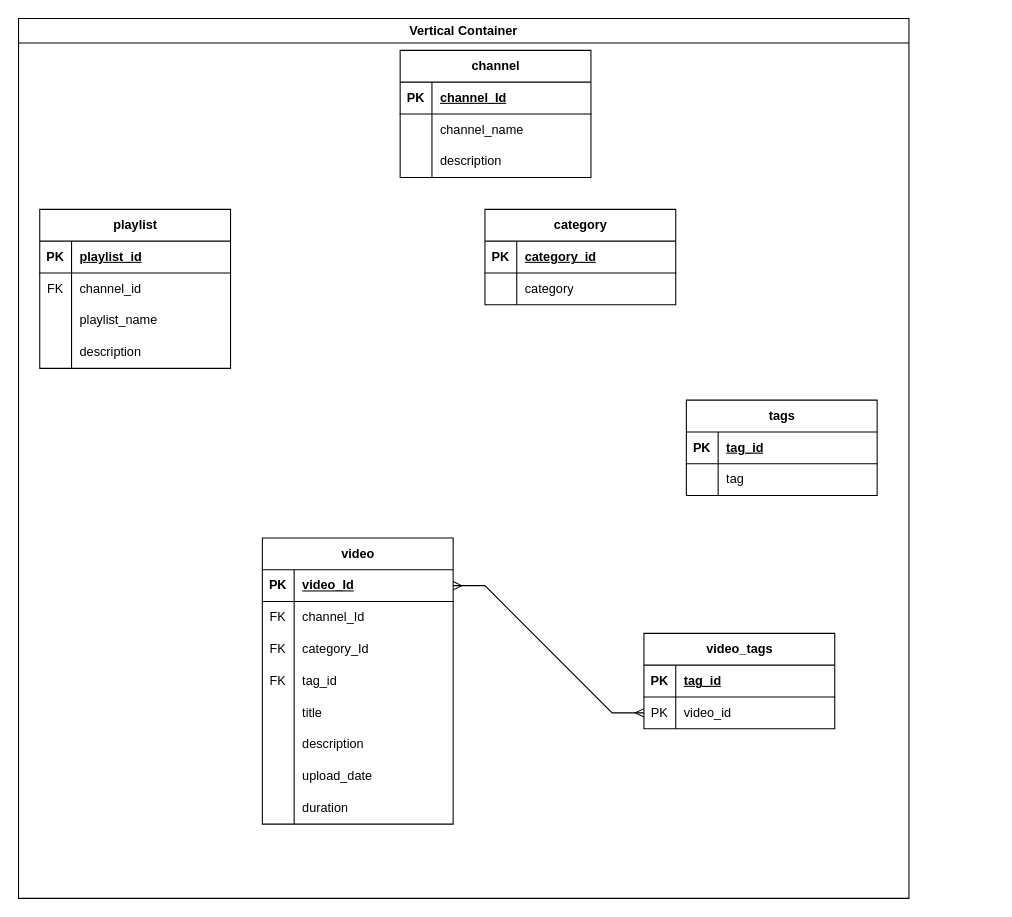
Above: youtube_content_management.drawio in HariHaraChandar0715/Data_Warehouse_Learnings (draw.io), before the change. Source tidied: cells renumbered, new cells numbered last; positions are measured from the earlier drawing's top-left corner, leaving out a move shared by most shapes. Both pictures are drawn from the tidied source at 106%, with x=0, y=0 at pixel (18, 18).
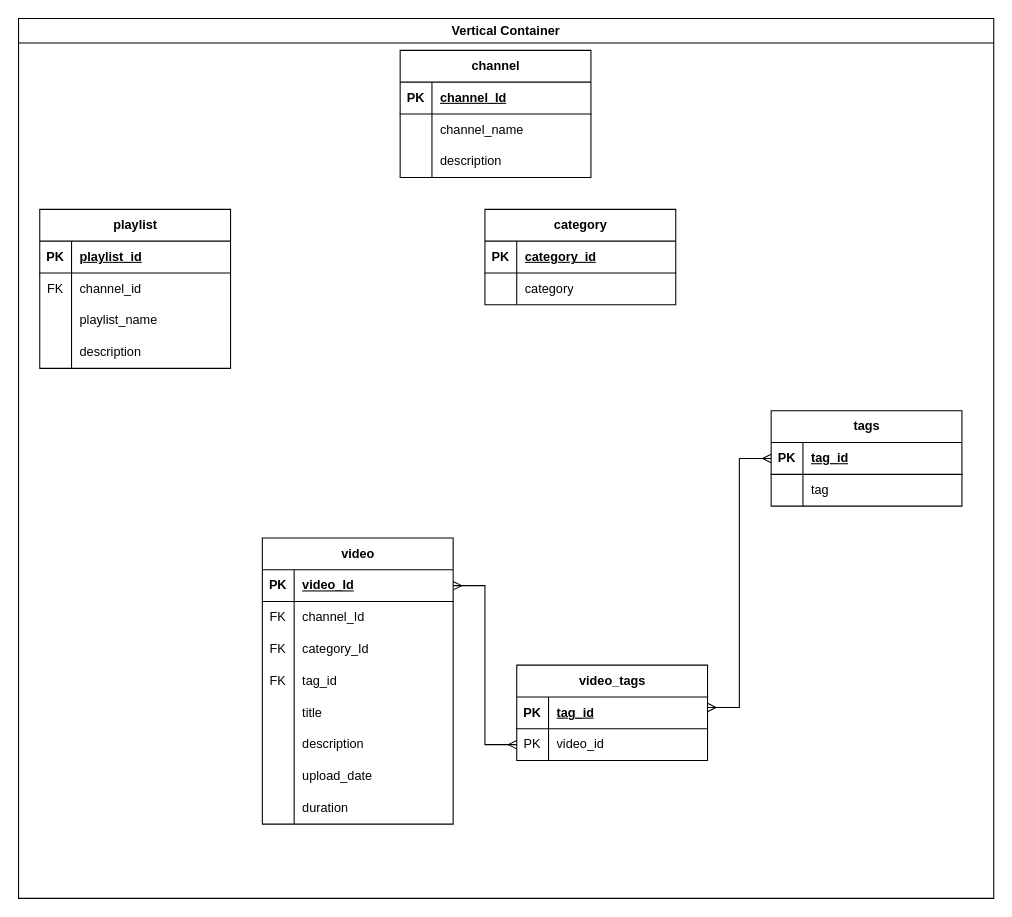
After the change.

The change refers to these unchanged cells:
```xml
<mxCell id="59" style="shape=tableRow;horizontal=0;startSize=0;swimlaneHead=0;swimlaneBody=0;fillColor=none;points=[[0,0.5],[1,0.5]];portConstraint=eastwest;top=0;left=0;right=0;bottom=1;" parent="58" vertex="1">
  <mxGeometry y="30" width="180" height="30" as="geometry" />
</mxCell>
```

Change to the diagram source:
```diff
@@
     <mxCell id="2" value="Vertical Container" style="swimlane;whiteSpace=wrap;html=1;" parent="1" vertex="1">
-      <mxGeometry width="840" height="830" as="geometry" />
+      <mxGeometry width="920" height="830" as="geometry" />
     </mxCell>
@@
     <mxCell id="58" value="tags" style="shape=table;startSize=30;childLayout=tableLayout;rowLines=0;fontStyle=1;align=center;html=1;" parent="2" vertex="1">
-      <mxGeometry x="630" y="360" width="180" height="90" as="geometry" />
+      <mxGeometry x="710" y="370" width="180" height="90" as="geometry" />
     </mxCell>
@@
     <mxCell id="65" value="video_tags" style="shape=table;startSize=30;childLayout=tableLayout;rowLines=0;fontStyle=1;align=center;html=1;" parent="2" vertex="1">
-      <mxGeometry x="590" y="580" width="180" height="90" as="geometry" />
+      <mxGeometry x="470" y="610" width="180" height="90" as="geometry" />
     </mxCell>
@@
+    <mxCell id="73" style="edgeStyle=entityRelationEdgeStyle;fontSize=12;html=1;endArrow=ERmany;startArrow=ERmany;rounded=0;entryX=0;entryY=0.5;entryDx=0;entryDy=0;" parent="2" edge="1" target="59">
+      <mxGeometry relative="1" as="geometry">
+        <mxPoint x="650" y="650" as="sourcePoint" />
+        <Array as="points">
+          <mxPoint x="700" y="420" />
+        </Array>
+      </mxGeometry>
+    </mxCell>
```
